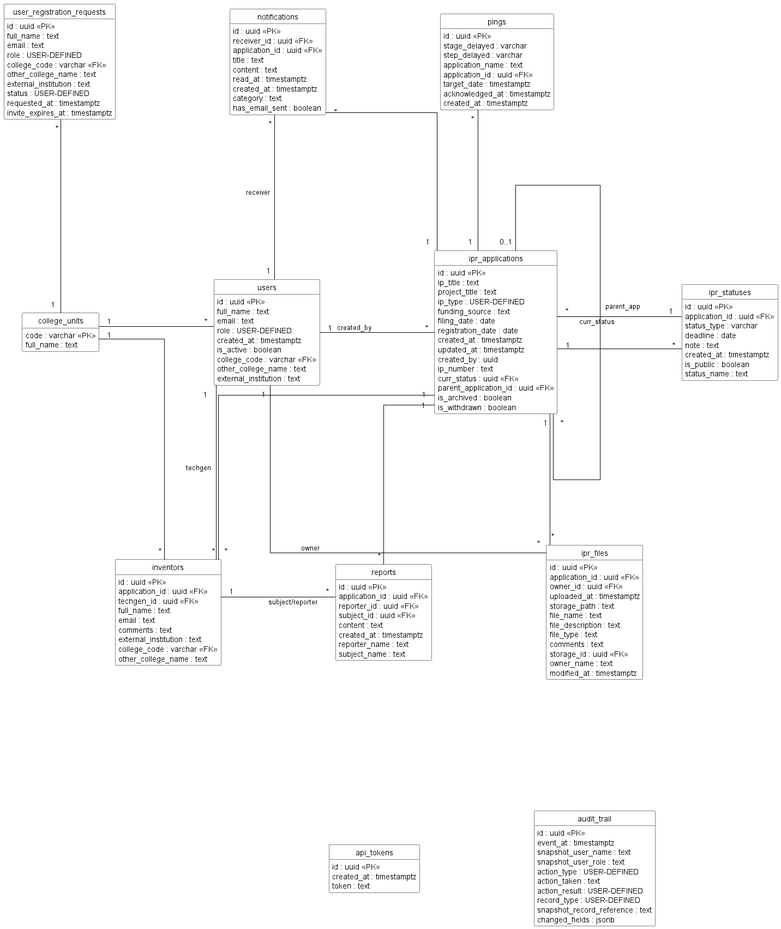
The PlantUML diagram paper/figures/db_design.png in jrolana/iris, before a commit.
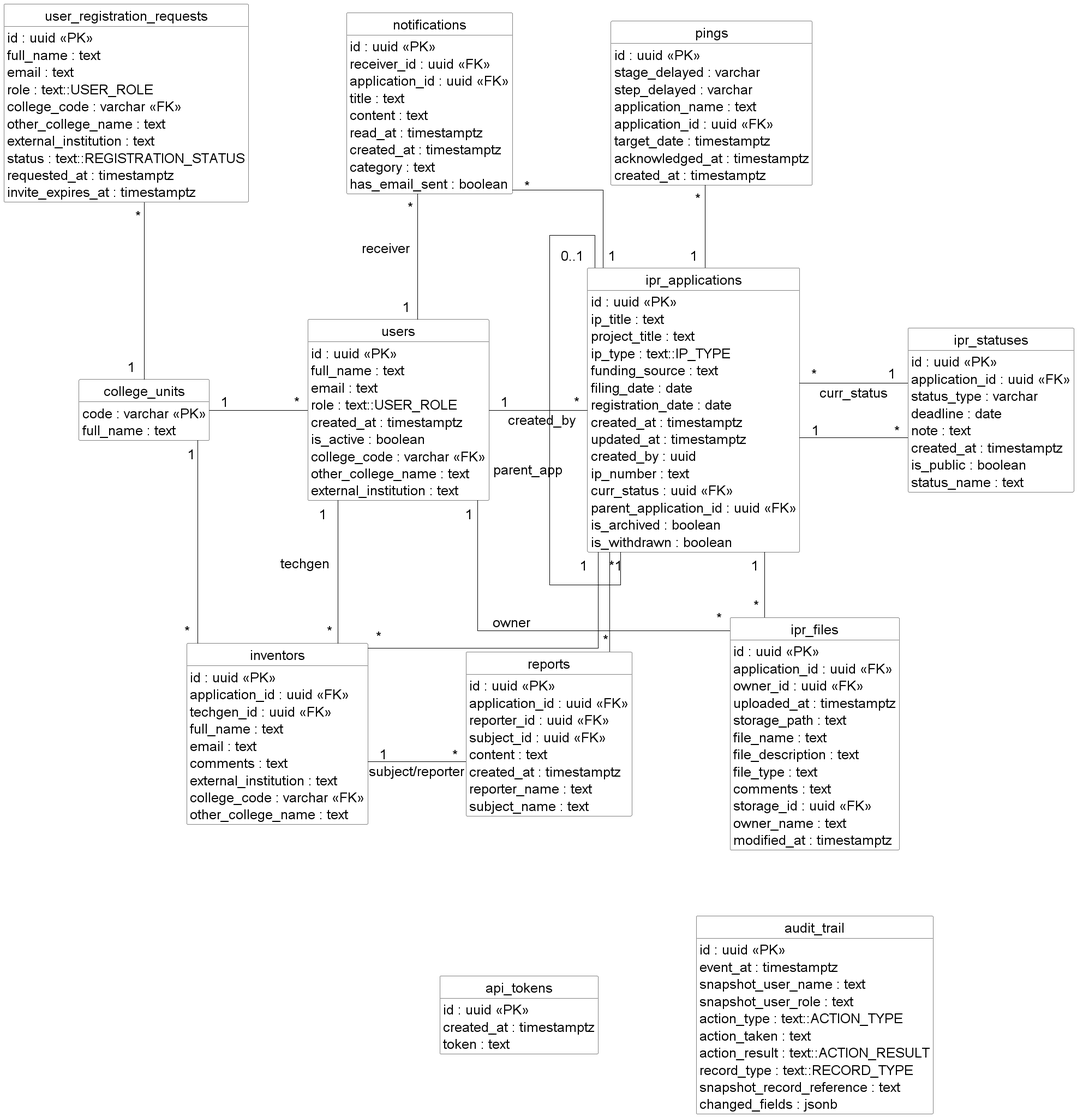
Later version of the same file.

Commit message:
made db design figure legible

Diff of the diagram source:
```diff
@@ -1,7 +1,12 @@
 @startuml
 skinparam linetype ortho
-skinparam nodesep 210
-skinparam ranksep 240
+
+skinparam nodesep 180
+skinparam ranksep 120
+
+skinparam defaultFontSize 25
+skinparam classFontSize 25
+
 hide circle
 hide empty members
 
@@ -16,7 +21,7 @@
     id : uuid <<PK>>
     ip_title : text
     project_title : text
-    ip_type : USER-DEFINED
+    ip_type : text::IP_TYPE
     funding_source : text
     filing_date : date
     registration_date : date
@@ -34,7 +39,7 @@
     id : uuid <<PK>>
     full_name : text
     email : text
-    role : USER-DEFINED
+    role : text::USER_ROLE
     created_at : timestamptz
     is_active : boolean
     college_code : varchar <<FK>>
@@ -125,11 +130,11 @@
     id : uuid <<PK>>
     full_name : text
     email : text
-    role : USER-DEFINED
+    role : text::USER_ROLE
     college_code : varchar <<FK>>
     other_college_name : text
     external_institution : text
-    status : USER-DEFINED
+    status : text::REGISTRATION_STATUS
     requested_at : timestamptz
     invite_expires_at : timestamptz
 }
@@ -140,10 +145,10 @@
     event_at : timestamptz
     snapshot_user_name : text
     snapshot_user_role : text
-    action_type : USER-DEFINED
+    action_type : text::ACTION_TYPE
     action_taken : text
-    action_result : USER-DEFINED
-    record_type : USER-DEFINED
+    action_result : text::ACTION_RESULT
+    record_type : text::RECORD_TYPE
     snapshot_record_reference : text
     changed_fields : jsonb
 }
@@ -155,6 +160,9 @@
 }
 
 
+
+ipr_applications "  0..1  " ----right---- "  * " ipr_applications : " \n\nparent_app "
+
 college_units "  1  " -up- "  * " user_registration_requests
 
 notifications "  * " -down- "  1  " users : "  receiver  "
@@ -162,12 +170,11 @@
 pings "  * " -down- "  1  " ipr_applications
 
 college_units "  1  " -right- "  * " users
-users "  1  " -right- "  * " ipr_applications : "  created_by  "
+users "  1  " -right- "  * " ipr_applications : "    created_by  "
 
 ipr_applications "  1  " -right- "  * " ipr_statuses
 ipr_applications "  * " -right- "  1  " ipr_statuses : "  curr_status  "
 
-ipr_applications "  0..1  " -- "  * " ipr_applications : " parent_app "
 
 ipr_applications "  1  " -down- " *" inventors
 users "  1  " -down- "  *  " inventors : "  techgen  "
```
